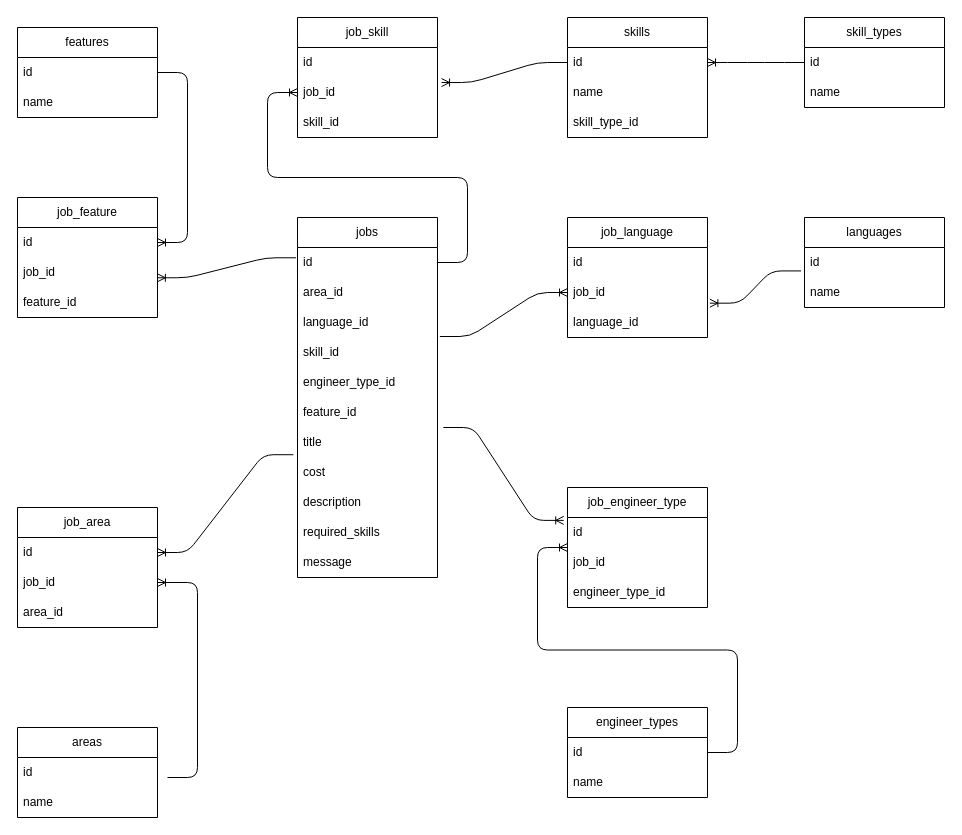
sasaki-cooboo/techTale keeps this draw.io diagram as db.drawio. Above is the earlier version. Source tidied: cells renumbered, new cells numbered last; positions are measured from the earlier drawing's top-left corner, leaving out a move shared by most shapes. Both pictures are drawn from the tidied source at 100%, with x=0, y=0 at pixel (17, 17).
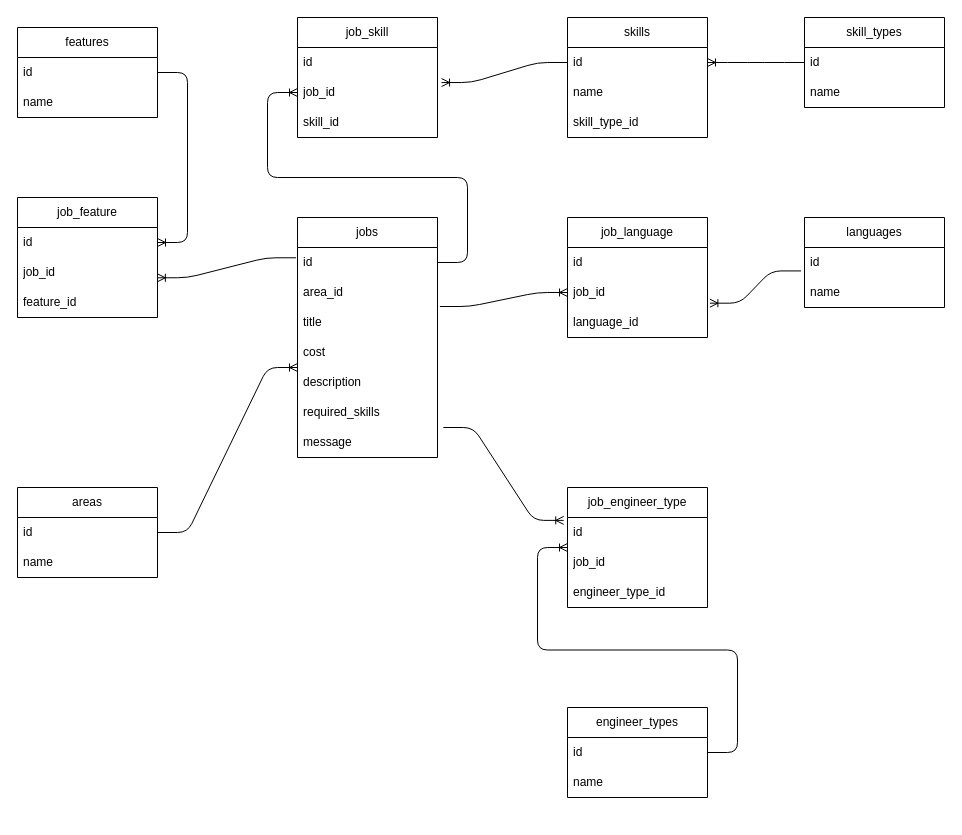
After the change.

Unchanged cells that the change refers to:
```xml
<mxCell id="33" value="id" style="text;strokeColor=none;fillColor=none;align=left;verticalAlign=middle;spacingLeft=4;spacingRight=4;overflow=hidden;points=[[0,0.5],[1,0.5]];portConstraint=eastwest;whiteSpace=wrap;html=1;" parent="32" vertex="1">
  <mxGeometry y="30" width="140" height="30" as="geometry" />
</mxCell>
<mxCell id="60" value="job_id" style="text;strokeColor=none;fillColor=none;align=left;verticalAlign=middle;spacingLeft=4;spacingRight=4;overflow=hidden;points=[[0,0.5],[1,0.5]];portConstraint=eastwest;whiteSpace=wrap;html=1;" parent="58" vertex="1">
  <mxGeometry y="60" width="140" height="30" as="geometry" />
</mxCell>
```

Change to the diagram source:
```diff
@@
     <mxCell id="12" value="jobs" style="swimlane;fontStyle=0;horizontal=1;startSize=30;whiteSpace=wrap;html=1;" parent="1" vertex="1">
-      <mxGeometry x="280" y="200" width="140" height="360" as="geometry" />
+      <mxGeometry x="280" y="200" width="140" height="240" as="geometry" />
     </mxCell>
@@
-    <mxCell id="15" value="language_id" style="text;strokeColor=none;fillColor=none;align=left;verticalAlign=middle;spacingLeft=4;spacingRight=4;overflow=hidden;whiteSpace=wrap;html=1;" parent="12" vertex="1">
-      <mxGeometry y="90" width="140" height="30" as="geometry" />
-    </mxCell>
-    <mxCell id="16" value="skill_id" style="text;strokeColor=none;fillColor=none;align=left;verticalAlign=middle;spacingLeft=4;spacingRight=4;overflow=hidden;points=[[0,0.5],[1,0.5]];portConstraint=eastwest;whiteSpace=wrap;html=1;" parent="12" vertex="1">
-      <mxGeometry y="120" width="140" height="30" as="geometry" />
-    </mxCell>
-    <mxCell id="17" value="&lt;span style=&quot;text-align: center;&quot;&gt;engineer_type&lt;/span&gt;_id" style="text;strokeColor=none;fillColor=none;align=left;verticalAlign=middle;spacingLeft=4;spacingRight=4;overflow=hidden;whiteSpace=wrap;html=1;" parent="12" vertex="1">
-      <mxGeometry y="150" width="140" height="30" as="geometry" />
-    </mxCell>
-    <mxCell id="18" value="&lt;div style=&quot;text-align: center;&quot;&gt;&lt;span style=&quot;background-color: initial;&quot;&gt;feature_id&lt;/span&gt;&lt;/div&gt;" style="text;strokeColor=none;fillColor=none;align=left;verticalAlign=middle;spacingLeft=4;spacingRight=4;overflow=hidden;whiteSpace=wrap;html=1;" parent="12" vertex="1">
-      <mxGeometry y="180" width="140" height="30" as="geometry" />
-    </mxCell>
     <mxCell id="19" value="title" style="text;strokeColor=none;fillColor=none;align=left;verticalAlign=middle;spacingLeft=4;spacingRight=4;overflow=hidden;points=[[0,0.5],[1,0.5]];portConstraint=eastwest;whiteSpace=wrap;html=1;" parent="12" vertex="1">
-      <mxGeometry y="210" width="140" height="30" as="geometry" />
+      <mxGeometry y="90" width="140" height="30" as="geometry" />
     </mxCell>
     <mxCell id="20" value="cost" style="text;strokeColor=none;fillColor=none;align=left;verticalAlign=middle;spacingLeft=4;spacingRight=4;overflow=hidden;whiteSpace=wrap;html=1;" parent="12" vertex="1">
-      <mxGeometry y="240" width="140" height="30" as="geometry" />
+      <mxGeometry y="120" width="140" height="30" as="geometry" />
     </mxCell>
     <mxCell id="21" value="description" style="text;strokeColor=none;fillColor=none;align=left;verticalAlign=middle;spacingLeft=4;spacingRight=4;overflow=hidden;whiteSpace=wrap;html=1;" parent="12" vertex="1">
-      <mxGeometry y="270" width="140" height="30" as="geometry" />
+      <mxGeometry y="150" width="140" height="30" as="geometry" />
     </mxCell>
@@
     <mxCell id="23" value="required_skills" style="text;strokeColor=none;fillColor=none;align=left;verticalAlign=middle;spacingLeft=4;spacingRight=4;overflow=hidden;whiteSpace=wrap;html=1;" parent="12" vertex="1">
-      <mxGeometry y="300" width="140" height="30" as="geometry" />
+      <mxGeometry y="180" width="140" height="30" as="geometry" />
     </mxCell>
     <mxCell id="24" value="message" style="text;strokeColor=none;fillColor=none;align=left;verticalAlign=middle;spacingLeft=4;spacingRight=4;overflow=hidden;whiteSpace=wrap;html=1;" parent="12" vertex="1">
-      <mxGeometry y="330" width="140" height="30" as="geometry" />
+      <mxGeometry y="210" width="140" height="30" as="geometry" />
     </mxCell>
@@
     <mxCell id="32" value="areas" style="swimlane;fontStyle=0;horizontal=1;startSize=30;whiteSpace=wrap;html=1;align=center;" parent="1" vertex="1">
-      <mxGeometry y="710" width="140" height="90" as="geometry" />
+      <mxGeometry y="470" width="140" height="90" as="geometry" />
     </mxCell>
@@
-    <mxCell id="35" value="job_area" style="swimlane;fontStyle=0;horizontal=1;startSize=30;whiteSpace=wrap;html=1;align=center;" parent="1" vertex="1">
-      <mxGeometry y="490" width="140" height="120" as="geometry" />
-    </mxCell>
-    <mxCell id="36" value="id" style="text;strokeColor=none;fillColor=none;align=left;verticalAlign=middle;spacingLeft=4;spacingRight=4;overflow=hidden;points=[[0,0.5],[1,0.5]];portConstraint=eastwest;whiteSpace=wrap;html=1;" parent="35" vertex="1">
-      <mxGeometry y="30" width="140" height="30" as="geometry" />
-    </mxCell>
-    <mxCell id="37" value="job_id" style="text;strokeColor=none;fillColor=none;align=left;verticalAlign=middle;spacingLeft=4;spacingRight=4;overflow=hidden;points=[[0,0.5],[1,0.5]];portConstraint=eastwest;whiteSpace=wrap;html=1;" parent="35" vertex="1">
-      <mxGeometry y="60" width="140" height="30" as="geometry" />
-    </mxCell>
-    <mxCell id="38" value="area_id" style="text;strokeColor=none;fillColor=none;align=left;verticalAlign=middle;spacingLeft=4;spacingRight=4;overflow=hidden;whiteSpace=wrap;html=1;" parent="35" vertex="1">
-      <mxGeometry y="90" width="140" height="30" as="geometry" />
-    </mxCell>
-    <mxCell id="39" style="edgeStyle=entityRelationEdgeStyle;fontSize=12;html=1;endArrow=ERoneToMany;" parent="1" edge="1" target="37">
+    <mxCell id="39" style="edgeStyle=entityRelationEdgeStyle;fontSize=12;html=1;endArrow=ERoneToMany;exitX=1;exitY=0.5;exitDx=0;exitDy=0;" parent="1" edge="1" source="33">
       <mxGeometry relative="1" as="geometry">
-        <mxPoint x="150" y="760" as="sourcePoint" />
+        <mxPoint x="280" y="350" as="targetPoint" />
       </mxGeometry>
     </mxCell>
-    <mxCell id="40" style="edgeStyle=entityRelationEdgeStyle;fontSize=12;html=1;endArrow=ERoneToMany;exitX=-0.03;exitY=0.907;exitDx=0;exitDy=0;exitPerimeter=0;" parent="1" edge="1" source="19" target="36">
-      <mxGeometry relative="1" as="geometry" />
-    </mxCell>
@@
-    <mxCell id="63" style="edgeStyle=entityRelationEdgeStyle;fontSize=12;html=1;endArrow=ERoneToMany;entryX=0;entryY=0.5;entryDx=0;entryDy=0;exitX=1.017;exitY=-0.033;exitDx=0;exitDy=0;exitPerimeter=0;" parent="1" edge="1" source="16" target="60">
-      <mxGeometry relative="1" as="geometry" />
+    <mxCell id="63" style="edgeStyle=entityRelationEdgeStyle;fontSize=12;html=1;endArrow=ERoneToMany;entryX=0;entryY=0.5;entryDx=0;entryDy=0;exitX=1.017;exitY=-0.033;exitDx=0;exitDy=0;exitPerimeter=0;" parent="1" edge="1" target="60">
+      <mxGeometry relative="1" as="geometry">
+        <mxPoint x="422.4" y="289" as="sourcePoint" />
+      </mxGeometry>
     </mxCell>
```
